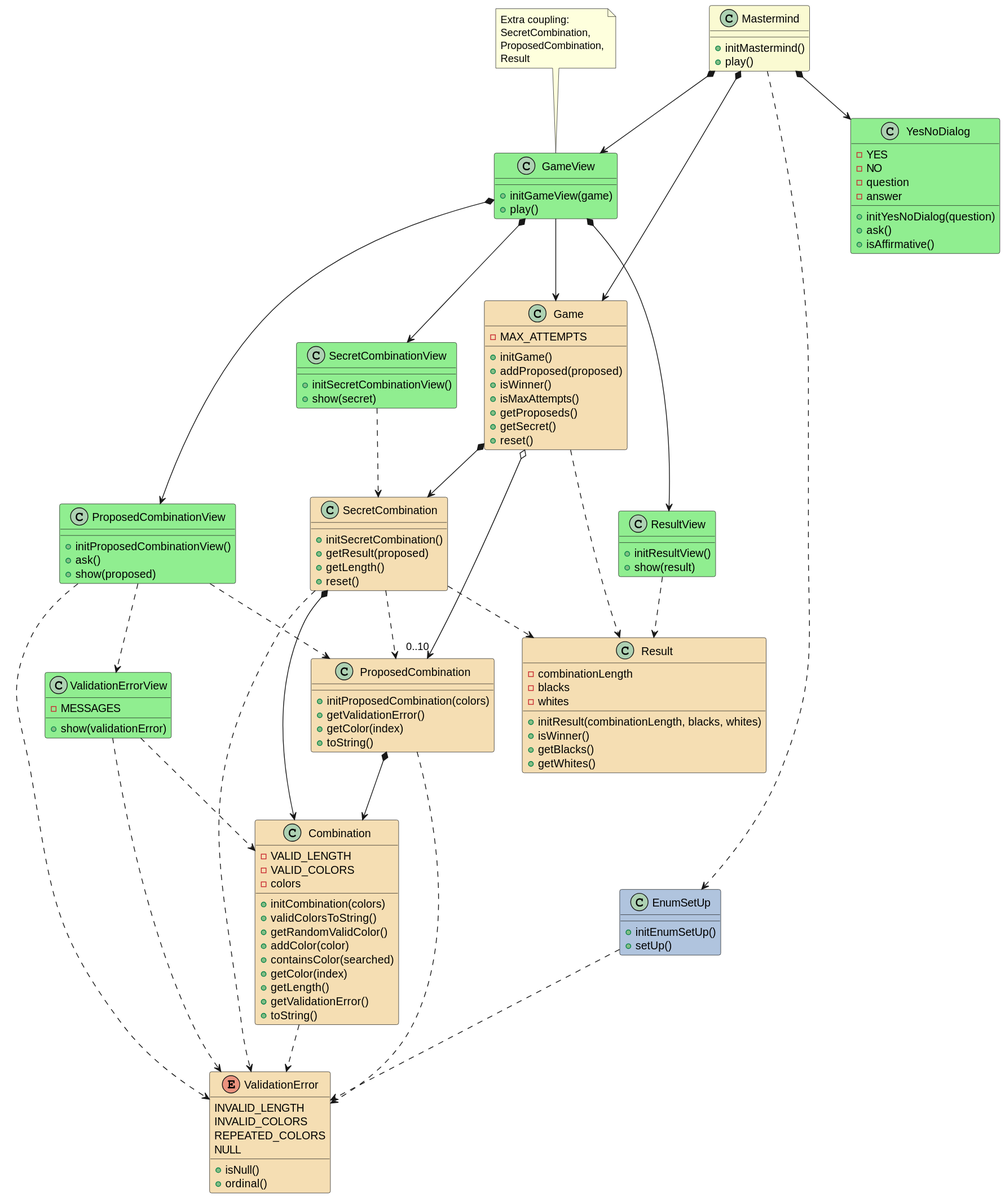
Before: docs/dev-resume/analysis.svg, a diagram exported from PlantUML (PabloMartinFluvia/myGame-mastermind).
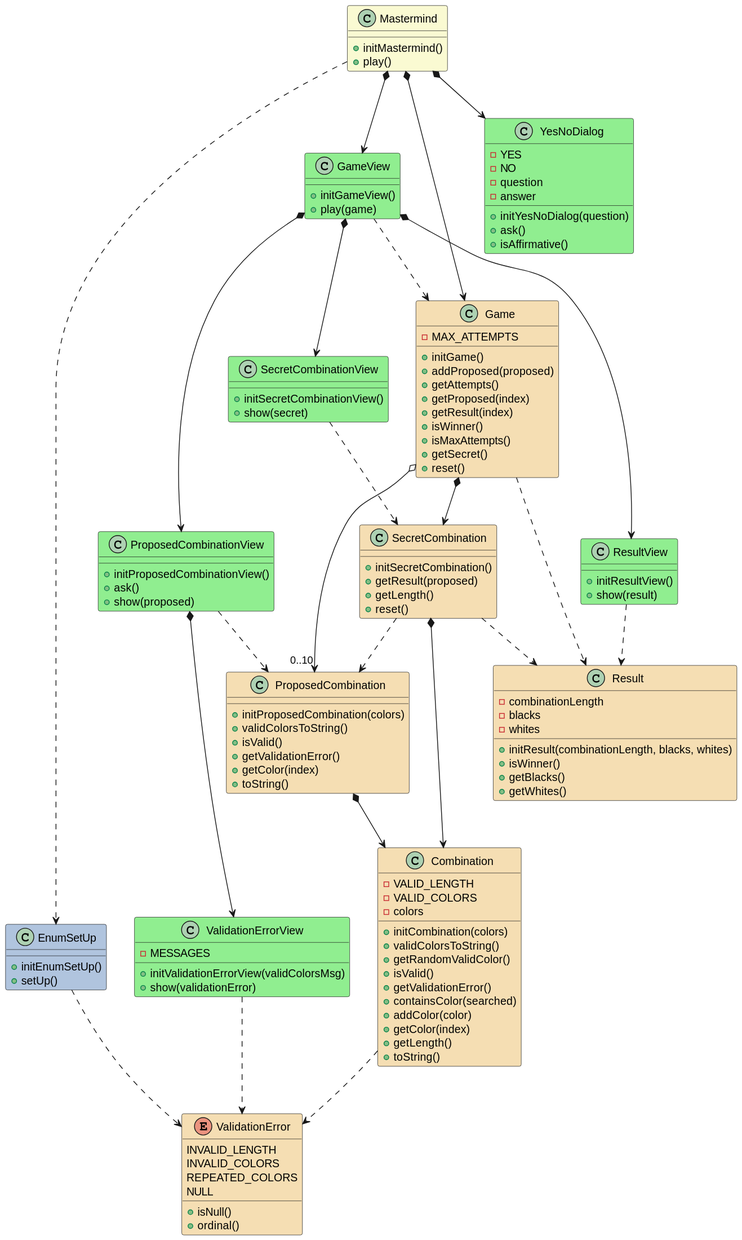
After the commit.

Diff of the diagram source:
```diff
@@ -4,26 +4,20 @@
     + initMastermind()
     + play()
 }
-Mastermind *--> Game
 Mastermind *--> GameView
 Mastermind *--> YesNoDialog
+Mastermind *--> Game
 Mastermind ..> EnumSetUp
 
 class GameView #LightGreen {
 
-    + initGameView(game)
-    + play()
+    + initGameView()
+    + play(game)
 }
-note top
-Extra coupling:
-SecretCombination,
-ProposedCombination,
-Result
-end note
-GameView -down-> Game
 GameView *--> SecretCombinationView
 GameView *--> ProposedCombinationView
 GameView *--> ResultView
+GameView ..> Game
 
 
 class SecretCombinationView #LightGreen {
@@ -39,18 +33,17 @@
     + ask()
     + show(proposed)
 }
+ProposedCombinationView *--> ValidationErrorView
 ProposedCombinationView ..> ProposedCombination
-ProposedCombinationView ..> ValidationError
-ProposedCombinationView ..> ValidationErrorView
 
 class ValidationErrorView #LightGreen {
 
     - MESSAGES
 
+    + initValidationErrorView(validColorsMsg)
     + show(validationError)
 }
 ValidationErrorView ..> ValidationError
-ValidationErrorView ..> Combination
 
 class ResultView #LightGreen {
 
@@ -64,9 +57,11 @@
 
     + initGame()
     + addProposed(proposed)
+    + getAttempts()
+    + getProposed(index)
+    + getResult(index)
     + isWinner()
     + isMaxAttempts()
-    + getProposeds()
     + getSecret()
     + reset()
 }
@@ -85,7 +80,6 @@
 SecretCombination *-down-> Combination
 SecretCombination .down.> ProposedCombination
 SecretCombination .down.> Result
-SecretCombination .down.> ValidationError
 
 class Combination #Wheat{
     - VALID_LENGTH
@@ -95,11 +89,12 @@
     + initCombination(colors)
     + validColorsToString()
     + getRandomValidColor()
+    + isValid()
+    + getValidationError()
+    + containsColor(searched)
     + addColor(color)
-    + containsColor(searched)
     + getColor(index)
     + getLength()
-    + getValidationError()
     + toString()
 }
 Combination .down.> ValidationError
@@ -117,12 +112,13 @@
 class ProposedCombination #Wheat{
 
     + initProposedCombination(colors)
+    + validColorsToString()
+    + isValid()
     + getValidationError()
     + getColor(index)
     + toString()
 }
 ProposedCombination *-down-> Combination
-ProposedCombination .down.> ValidationError
 
 class Result #Wheat{
     - combinationLength
```
